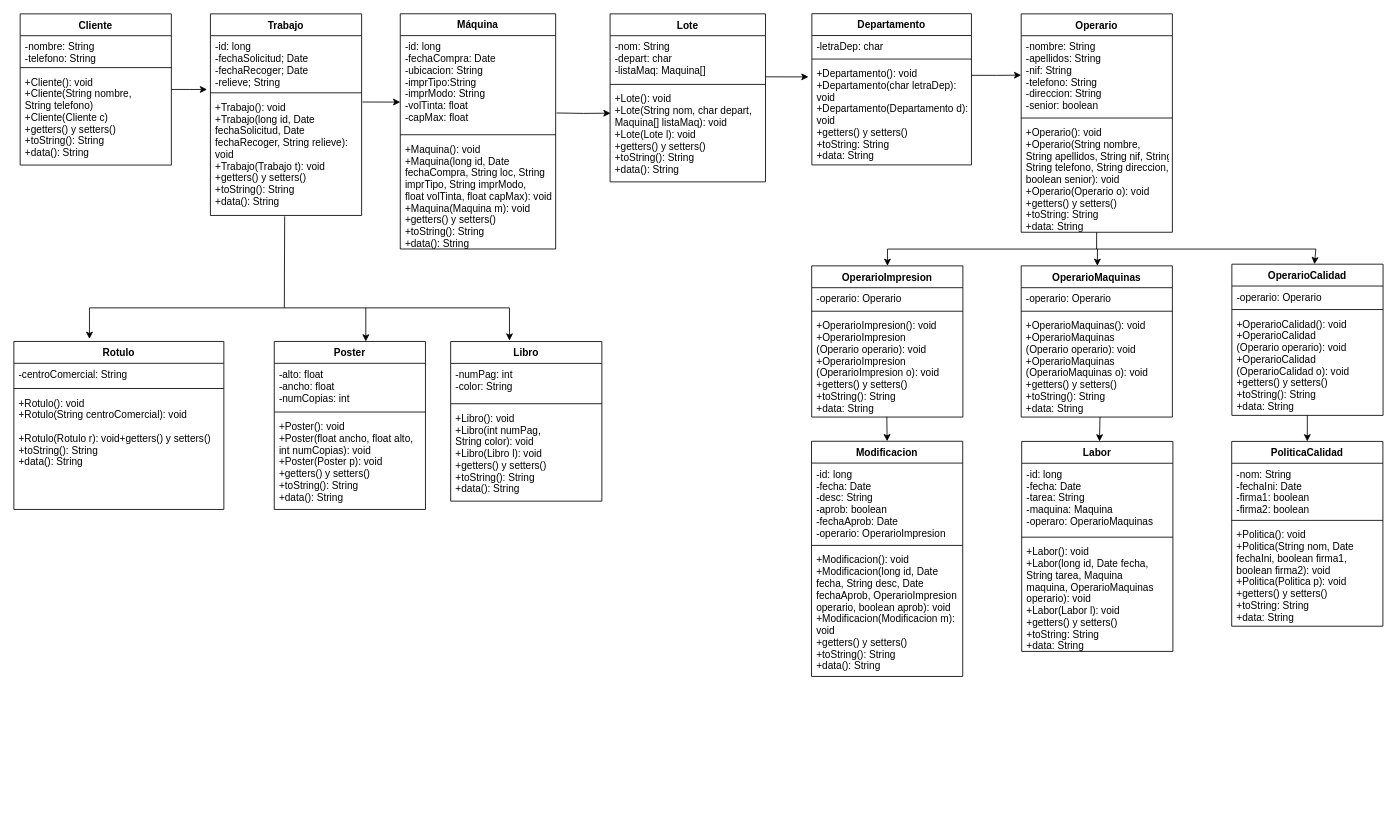
The draw.io diagram Imprenta/src/Clases .drawio in VindioPerez/Imprenta, before the edit. Source tidied: cells renumbered, new cells numbered last; positions are measured from the earlier drawing's top-left corner, leaving out a move shared by most shapes. Both pictures are drawn from the tidied source at 84%, with x=0, y=0 at pixel (13, 13).
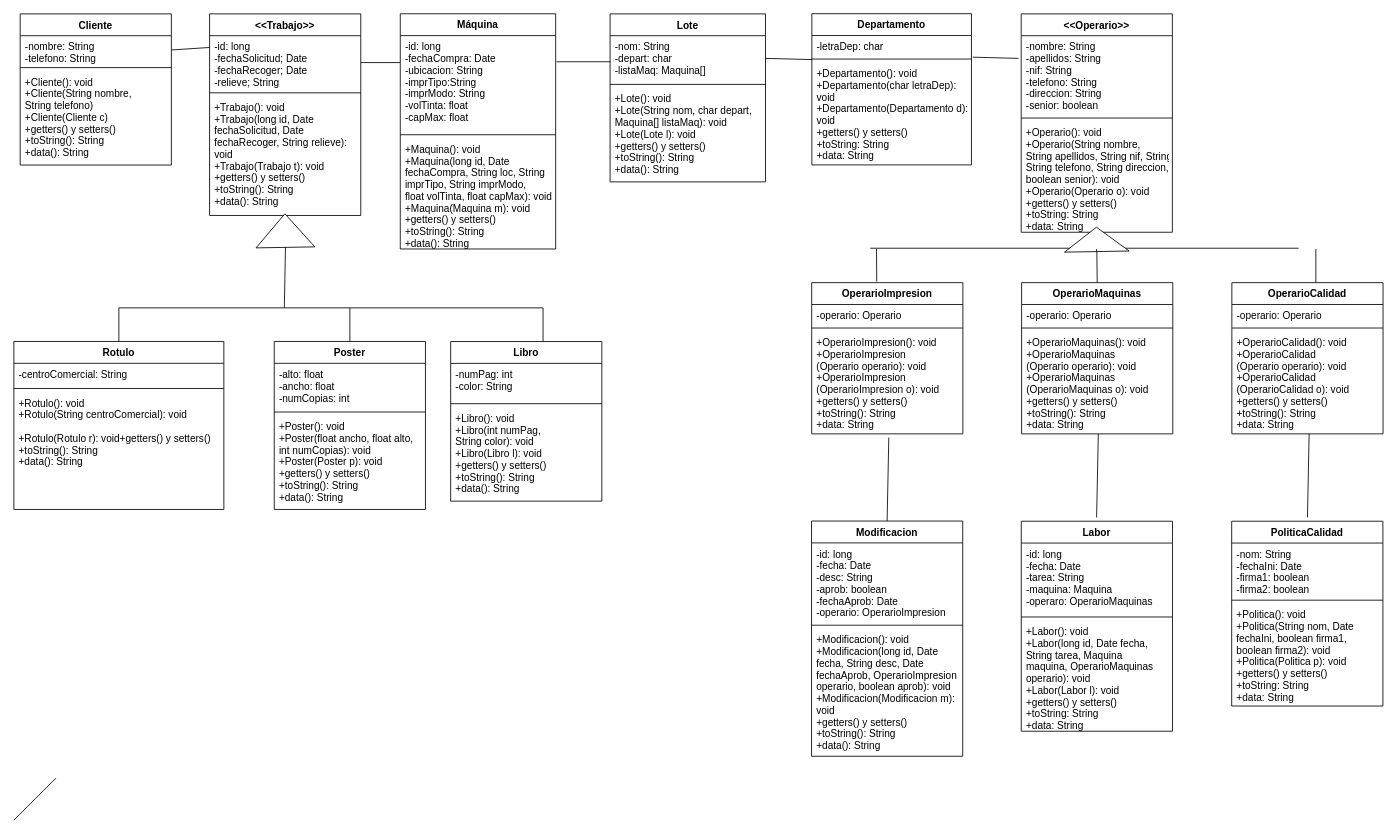
After the change.

The change refers to these unchanged cells:
```xml
<mxCell id="4" value="-id: long&#10;-fechaSolicitud; Date&#10;-fechaRecoger; Date&#10;-relieve; String&#10;" style="text;strokeColor=none;fillColor=none;align=left;verticalAlign=top;spacingLeft=4;spacingRight=4;overflow=hidden;points=[[0,0.5],[1,0.5]];portConstraint=eastwest;" parent="3" vertex="1">
  <mxGeometry y="26" width="180" height="64" as="geometry" />
</mxCell>
<mxCell id="6" value="+Trabajo(): void&#10;+Trabajo(long id, Date &#10;fechaSolicitud, Date &#10;fechaRecoger, String relieve): &#10;void&#10;+Trabajo(Trabajo t): void&#10;+getters() y setters()&#10;+toString(): String&#10;+data(): String" style="text;strokeColor=none;fillColor=none;align=left;verticalAlign=top;spacingLeft=4;spacingRight=4;overflow=hidden;points=[[0,0.5],[1,0.5]];portConstraint=eastwest;" parent="3" vertex="1">
  <mxGeometry y="98" width="180" height="142" as="geometry" />
</mxCell>
<mxCell id="7" value="Rotulo" style="swimlane;fontStyle=1;align=center;verticalAlign=top;horizontal=1;startSize=26;" parent="1" vertex="1">
  <mxGeometry y="390" width="250" height="200" as="geometry" />
</mxCell>
<mxCell id="16" value="Cliente" style="swimlane;fontStyle=1;align=center;verticalAlign=top;horizontal=1;startSize=26;" parent="1" vertex="1">
  <mxGeometry x="7.5" width="180" height="180" as="geometry" />
</mxCell>
<mxCell id="17" value="-nombre: String&#10;-telefono: String" style="text;strokeColor=none;fillColor=none;align=left;verticalAlign=top;spacingLeft=4;spacingRight=4;overflow=hidden;points=[[0,0.5],[1,0.5]];portConstraint=eastwest;" parent="16" vertex="1">
  <mxGeometry y="26" width="180" height="34" as="geometry" />
</mxCell>
<mxCell id="21" value="-id: long&#10;-fechaCompra: Date&#10;-ubicacion: String&#10;-imprTipo:String&#10;-imprModo: String&#10;-volTinta: float&#10;-capMax: float&#10;&#10;&#10;" style="text;strokeColor=none;fillColor=none;align=left;verticalAlign=top;spacingLeft=4;spacingRight=4;overflow=hidden;points=[[0,0.5],[1,0.5]];portConstraint=eastwest;" parent="20" vertex="1">
  <mxGeometry y="26" width="185" height="114" as="geometry" />
</mxCell>
<mxCell id="26" value="-nom: String&#10;-depart: char&#10;-listaMaq: Maquina[]" style="text;strokeColor=none;fillColor=none;align=left;verticalAlign=top;spacingLeft=4;spacingRight=4;overflow=hidden;points=[[0,0.5],[1,0.5]];portConstraint=eastwest;" parent="25" vertex="1">
  <mxGeometry y="26" width="185" height="54" as="geometry" />
</mxCell>
<mxCell id="28" value="+Lote(): void&#10;+Lote(String nom, char depart,&#10;Maquina[] listaMaq): void&#10;+Lote(Lote l): void&#10;+getters() y setters()&#10;+toString(): String&#10;+data(): String" style="text;strokeColor=none;fillColor=none;align=left;verticalAlign=top;spacingLeft=4;spacingRight=4;overflow=hidden;points=[[0,0.5],[1,0.5]];portConstraint=eastwest;" parent="25" vertex="1">
  <mxGeometry y="88" width="185" height="112" as="geometry" />
</mxCell>
<mxCell id="29" value="Libro" style="swimlane;fontStyle=1;align=center;verticalAlign=top;horizontal=1;startSize=26;" parent="1" vertex="1">
  <mxGeometry x="520" y="390.1" width="180" height="190" as="geometry" />
</mxCell>
<mxCell id="34" value="-letraDep: char" style="text;strokeColor=none;fillColor=none;align=left;verticalAlign=top;spacingLeft=4;spacingRight=4;overflow=hidden;points=[[0,0.5],[1,0.5]];portConstraint=eastwest;" parent="33" vertex="1">
  <mxGeometry y="26" width="190" height="24" as="geometry" />
</mxCell>
<mxCell id="36" value="+Departamento(): void&#10;+Departamento(char letraDep):&#10;void&#10;+Departamento(Departamento d):&#10;void&#10;+getters() y setters()&#10;+toString: String&#10;+data: String" style="text;strokeColor=none;fillColor=none;align=left;verticalAlign=top;spacingLeft=4;spacingRight=4;overflow=hidden;points=[[0,0.5],[1,0.5]];portConstraint=eastwest;" parent="33" vertex="1">
  <mxGeometry y="58" width="190" height="122" as="geometry" />
</mxCell>
<mxCell id="38" value="-nombre: String&#10;-apellidos: String&#10;-nif: String&#10;-telefono: String&#10;-direccion: String&#10;-senior: boolean" style="text;strokeColor=none;fillColor=none;align=left;verticalAlign=top;spacingLeft=4;spacingRight=4;overflow=hidden;points=[[0,0.5],[1,0.5]];portConstraint=eastwest;" parent="37" vertex="1">
  <mxGeometry y="26" width="180" height="94" as="geometry" />
</mxCell>
<mxCell id="40" value="+Operario(): void&#10;+Operario(String nombre, &#10;String apellidos, String nif, String&#10;String telefono, String direccion,&#10;boolean senior): void&#10;+Operario(Operario o): void&#10;+getters() y setters()&#10;+toString: String&#10;+data: String" style="text;strokeColor=none;fillColor=none;align=left;verticalAlign=top;spacingLeft=4;spacingRight=4;overflow=hidden;points=[[0,0.5],[1,0.5]];portConstraint=eastwest;" parent="37" vertex="1">
  <mxGeometry y="128" width="180" height="132" as="geometry" />
</mxCell>
<mxCell id="44" value="+OperarioImpresion(): void&#10;+OperarioImpresion&#10;(Operario operario): void&#10;+OperarioImpresion&#10;(OperarioImpresion o): void&#10;+getters() y setters()&#10;+toString(): String&#10;+data: String" style="text;strokeColor=none;fillColor=none;align=left;verticalAlign=top;spacingLeft=4;spacingRight=4;overflow=hidden;points=[[0,0.5],[1,0.5]];portConstraint=eastwest;" parent="41" vertex="1">
  <mxGeometry y="58" width="180" height="122" as="geometry" />
</mxCell>
<mxCell id="52" value="+OperarioCalidad(): void&#10;+OperarioCalidad&#10;(Operario operario): void&#10;+OperarioCalidad&#10;(OperarioCalidad o): void&#10;+getters() y setters()&#10;+toString(): String&#10;+data: String" style="text;strokeColor=none;fillColor=none;align=left;verticalAlign=top;spacingLeft=4;spacingRight=4;overflow=hidden;points=[[0,0.5],[1,0.5]];portConstraint=eastwest;" parent="49" vertex="1">
  <mxGeometry y="58" width="180" height="122" as="geometry" />
</mxCell>
```

The edit, as a diff of the source:
```diff
@@
-    <mxCell id="2" style="edgeStyle=orthogonalEdgeStyle;rounded=0;jettySize=auto;html=1;entryX=0;entryY=0.694;entryDx=0;entryDy=0;entryPerimeter=0;exitX=1.006;exitY=0.049;exitDx=0;exitDy=0;exitPerimeter=0;" parent="1" edge="1" source="6" target="21">
-      <mxGeometry relative="1" as="geometry" />
-    </mxCell>
-    <mxCell id="3" value="Trabajo" style="swimlane;fontStyle=1;align=center;verticalAlign=top;horizontal=1;startSize=26;" parent="1" vertex="1">
-      <mxGeometry x="234" width="180" height="240" as="geometry" />
+    <mxCell id="3" value="&lt;&lt;Trabajo&gt;&gt;" style="swimlane;fontStyle=1;align=center;verticalAlign=top;horizontal=1;startSize=26;" parent="1" vertex="1">
+      <mxGeometry x="233" width="180" height="240" as="geometry" />
     </mxCell>
@@
-    <mxCell id="15" style="edgeStyle=orthogonalEdgeStyle;rounded=0;jettySize=auto;html=1;" parent="1" edge="1" source="16">
-      <mxGeometry relative="1" as="geometry">
-        <mxPoint x="230" y="90" as="targetPoint" />
-      </mxGeometry>
-    </mxCell>
@@
-    <mxCell id="24" style="edgeStyle=orthogonalEdgeStyle;rounded=0;jettySize=auto;html=1;exitX=1.001;exitY=0.907;exitDx=0;exitDy=0;exitPerimeter=0;" parent="1" edge="1" source="26">
-      <mxGeometry relative="1" as="geometry">
-        <mxPoint x="946" y="75" as="targetPoint" />
-      </mxGeometry>
-    </mxCell>
@@
-    <mxCell id="37" value="Operario" style="swimlane;fontStyle=1;align=center;verticalAlign=top;horizontal=1;startSize=26;" parent="1" vertex="1">
+    <mxCell id="37" value="&lt;&lt;Operario&gt;&gt;" style="swimlane;fontStyle=1;align=center;verticalAlign=top;horizontal=1;startSize=26;" parent="1" vertex="1">
       <mxGeometry x="1199.2" width="180" height="260" as="geometry" />
     </mxCell>
@@
     <mxCell id="41" value="OperarioImpresion" style="swimlane;fontStyle=1;align=center;verticalAlign=top;horizontal=1;startSize=26;" parent="1" vertex="1">
-      <mxGeometry x="949.8" y="300" width="180" height="180" as="geometry" />
+      <mxGeometry x="949.8" y="320" width="180" height="180" as="geometry" />
     </mxCell>
@@
     <mxCell id="45" value="OperarioMaquinas" style="swimlane;fontStyle=1;align=center;verticalAlign=top;horizontal=1;startSize=26;" parent="1" vertex="1">
-      <mxGeometry x="1199.2" y="300" width="180" height="180" as="geometry" />
+      <mxGeometry x="1199.7" y="320" width="180" height="180" as="geometry" />
     </mxCell>
@@
     <mxCell id="49" value="OperarioCalidad" style="swimlane;fontStyle=1;align=center;verticalAlign=top;horizontal=1;startSize=26;" parent="1" vertex="1">
-      <mxGeometry x="1450" y="298" width="180" height="180" as="geometry" />
+      <mxGeometry x="1450" y="320" width="180" height="180" as="geometry" />
     </mxCell>
@@
     <mxCell id="53" value="Labor" style="swimlane;fontStyle=1;align=center;verticalAlign=top;horizontal=1;startSize=26;" parent="1" vertex="1">
-      <mxGeometry x="1199.8" y="509" width="180" height="250" as="geometry" />
+      <mxGeometry x="1199.3" y="604" width="180" height="250" as="geometry" />
     </mxCell>
@@
     <mxCell id="57" value="Modificacion" style="swimlane;fontStyle=1;align=center;verticalAlign=top;horizontal=1;startSize=26;" parent="1" vertex="1">
-      <mxGeometry x="949.6" y="508.8" width="180" height="280" as="geometry" />
+      <mxGeometry x="949.6" y="603.8" width="180" height="280" as="geometry" />
     </mxCell>
@@
     <mxCell id="61" value="PoliticaCalidad" style="swimlane;fontStyle=1;align=center;verticalAlign=top;horizontal=1;startSize=26;" parent="1" vertex="1">
-      <mxGeometry x="1449.8" y="509" width="180" height="220" as="geometry" />
+      <mxGeometry x="1449.8" y="604" width="180" height="220" as="geometry" />
     </mxCell>
@@
-    <mxCell id="65" style="endArrow=none;html=1;entryX=0.491;entryY=1.007;entryDx=0;entryDy=0;entryPerimeter=0;" parent="1" edge="1" target="6">
-      <mxGeometry relative="1" as="geometry">
-        <mxPoint x="322" y="350" as="sourcePoint" />
-      </mxGeometry>
+    <mxCell id="65" style="endArrow=none;html=1;entryX=0.491;entryY=1.007;entryDx=0;entryDy=0;entryPerimeter=0;" parent="1" edge="1" source="83" target="6">
+      <mxGeometry relative="1" as="geometry" />
     </mxCell>
     <mxCell id="66" style="endArrow=none;html=1;" parent="1" edge="1">
       <mxGeometry relative="1" as="geometry">
-        <mxPoint x="590" y="350" as="sourcePoint" />
-        <mxPoint x="90" y="350" as="targetPoint" />
+        <mxPoint x="630" y="350" as="sourcePoint" />
+        <mxPoint x="125" y="350" as="targetPoint" />
       </mxGeometry>
     </mxCell>
-    <mxCell id="67" style="endArrow=classic;html=1;" parent="1" edge="1">
-      <mxGeometry relative="1" as="geometry">
-        <mxPoint x="90" y="350" as="sourcePoint" />
-        <mxPoint x="90" y="387" as="targetPoint" />
-      </mxGeometry>
-    </mxCell>
-    <mxCell id="68" style="endArrow=classic;html=1;" parent="1" edge="1">
-      <mxGeometry relative="1" as="geometry">
-        <mxPoint x="419" y="350" as="sourcePoint" />
-        <mxPoint x="419" y="390" as="targetPoint" />
-      </mxGeometry>
-    </mxCell>
-    <mxCell id="69" style="endArrow=classic;html=1;entryX=0.389;entryY=-0.006;entryDx=0;entryDy=0;entryPerimeter=0;" parent="1" edge="1" target="29">
-      <mxGeometry relative="1" as="geometry">
-        <mxPoint x="590" y="350" as="sourcePoint" />
-      </mxGeometry>
-    </mxCell>
-    <mxCell id="70" style="edgeStyle=orthogonalEdgeStyle;rounded=0;jettySize=auto;html=1;entryX=0.003;entryY=0.27;entryDx=0;entryDy=0;entryPerimeter=0;" parent="1" edge="1" target="28">
-      <mxGeometry relative="1" as="geometry">
-        <mxPoint x="646" y="118" as="sourcePoint" />
-      </mxGeometry>
-    </mxCell>
-    <mxCell id="71" style="edgeStyle=orthogonalEdgeStyle;rounded=0;jettySize=auto;html=1;exitX=1;exitY=0.126;exitDx=0;exitDy=0;exitPerimeter=0;" parent="1" edge="1" source="36" target="38">
-      <mxGeometry relative="1" as="geometry" />
-    </mxCell>
     <mxCell id="72" style="endArrow=none;html=1;" parent="1" edge="1">
       <mxGeometry relative="1" as="geometry">
-        <mxPoint x="1040" y="280" as="sourcePoint" />
-        <mxPoint x="1550" y="280" as="targetPoint" />
+        <mxPoint x="1019.5" y="279" as="sourcePoint" />
+        <mxPoint x="1529.5" y="279" as="targetPoint" />
       </mxGeometry>
     </mxCell>
-    <mxCell id="73" style="endArrow=none;html=1;" parent="1" edge="1" target="40">
-      <mxGeometry relative="1" as="geometry">
-        <mxPoint x="1289" y="280" as="sourcePoint" />
-      </mxGeometry>
+    <mxCell id="73" style="endArrow=none;html=1;" parent="1" edge="1" source="88" target="40">
+      <mxGeometry relative="1" as="geometry" />
     </mxCell>
-    <mxCell id="74" style="endArrow=classic;html=1;" parent="1" edge="1">
-      <mxGeometry relative="1" as="geometry">
-        <mxPoint x="1040" y="280" as="sourcePoint" />
-        <mxPoint x="1040" y="300" as="targetPoint" />
-      </mxGeometry>
-    </mxCell>
-    <mxCell id="75" style="endArrow=classic;html=1;" parent="1" edge="1" target="45">
-      <mxGeometry relative="1" as="geometry">
-        <mxPoint x="1290" y="280" as="sourcePoint" />
-      </mxGeometry>
-    </mxCell>
-    <mxCell id="76" style="endArrow=classic;html=1;" parent="1" edge="1" target="49">
-      <mxGeometry relative="1" as="geometry">
-        <mxPoint x="1550" y="280" as="sourcePoint" />
-      </mxGeometry>
-    </mxCell>
-    <mxCell id="77" style="endArrow=classic;html=1;exitX=0.497;exitY=0.997;exitDx=0;exitDy=0;exitPerimeter=0;entryX=0.5;entryY=0;entryDx=0;entryDy=0;" parent="1" edge="1" source="44" target="57">
-      <mxGeometry relative="1" as="geometry" />
-    </mxCell>
-    <mxCell id="78" style="endArrow=classic;html=1;" parent="1" edge="1" target="53">
-      <mxGeometry relative="1" as="geometry">
-        <mxPoint x="1293" y="480" as="sourcePoint" />
-      </mxGeometry>
-    </mxCell>
-    <mxCell id="79" style="endArrow=classic;html=1;entryX=0.5;entryY=0;entryDx=0;entryDy=0;" parent="1" edge="1" source="52" target="61">
-      <mxGeometry relative="1" as="geometry" />
-    </mxCell>
+    <mxCell id="80" style="endArrow=none;html=1;" parent="1" edge="1" source="7">
+      <mxGeometry relative="1" as="geometry">
+        <mxPoint x="125" y="350" as="targetPoint" />
+      </mxGeometry>
+    </mxCell>
+    <mxCell id="81" style="endArrow=none;html=1;" parent="1" edge="1">
+      <mxGeometry relative="1" as="geometry">
+        <mxPoint x="400" y="390" as="sourcePoint" />
+        <mxPoint x="400" y="350" as="targetPoint" />
+      </mxGeometry>
+    </mxCell>
+    <mxCell id="82" style="endArrow=none;html=1;" parent="1" edge="1">
+      <mxGeometry relative="1" as="geometry">
+        <mxPoint x="630" y="390" as="sourcePoint" />
+        <mxPoint x="630" y="350" as="targetPoint" />
+      </mxGeometry>
+    </mxCell>
+    <mxCell id="83" style="triangle;whiteSpace=wrap;html=1;rotation=-91;" parent="1" vertex="1">
+      <mxGeometry x="303" y="223" width="40" height="70" as="geometry" />
+    </mxCell>
+    <mxCell id="84" style="endArrow=none;html=1;entryX=0;entryY=0.5;entryDx=0;entryDy=0;" parent="1" edge="1" target="83">
+      <mxGeometry relative="1" as="geometry">
+        <mxPoint x="322" y="350" as="sourcePoint" />
+      </mxGeometry>
+    </mxCell>
+    <mxCell id="85" style="endArrow=none;html=1;exitX=0.43;exitY=-0.007;exitDx=0;exitDy=0;exitPerimeter=0;" parent="1" edge="1" source="41">
+      <mxGeometry relative="1" as="geometry">
+        <mxPoint x="1027" y="280" as="targetPoint" />
+      </mxGeometry>
+    </mxCell>
+    <mxCell id="86" style="endArrow=none;html=1;exitX=0.5;exitY=0;exitDx=0;exitDy=0;entryX=0;entryY=0.5;entryDx=0;entryDy=0;" parent="1" edge="1" source="45" target="88">
+      <mxGeometry relative="1" as="geometry" />
+    </mxCell>
+    <mxCell id="87" style="endArrow=none;html=1;" parent="1" edge="1">
+      <mxGeometry relative="1" as="geometry">
+        <mxPoint x="1550" y="320" as="sourcePoint" />
+        <mxPoint x="1550" y="280" as="targetPoint" />
+      </mxGeometry>
+    </mxCell>
+    <mxCell id="88" style="triangle;whiteSpace=wrap;html=1;rotation=-91;" parent="1" vertex="1">
+      <mxGeometry x="1274.5" y="230" width="29" height="77" as="geometry" />
+    </mxCell>
+    <mxCell id="89" style="endArrow=none;html=1;" parent="1" edge="1" target="88">
+      <mxGeometry relative="1" as="geometry">
+        <mxPoint x="1289" y="280" as="sourcePoint" />
+      </mxGeometry>
+    </mxCell>
+    <mxCell id="90" style="endArrow=none;html=1;entryX=0.51;entryY=1.036;entryDx=0;entryDy=0;entryPerimeter=0;exitX=0.5;exitY=0;exitDx=0;exitDy=0;" parent="1" edge="1" source="57" target="44">
+      <mxGeometry relative="1" as="geometry" />
+    </mxCell>
+    <mxCell id="91" style="endArrow=none;html=1;entryX=0.51;entryY=1.036;entryDx=0;entryDy=0;entryPerimeter=0;exitX=0.5;exitY=0;exitDx=0;exitDy=0;" parent="1" edge="1">
+      <mxGeometry relative="1" as="geometry">
+        <mxPoint x="1289" y="599.5" as="sourcePoint" />
+        <mxPoint x="1291" y="500.1" as="targetPoint" />
+      </mxGeometry>
+    </mxCell>
+    <mxCell id="92" style="endArrow=none;html=1;entryX=0.51;entryY=1.036;entryDx=0;entryDy=0;entryPerimeter=0;exitX=0.5;exitY=0;exitDx=0;exitDy=0;" parent="1" edge="1">
+      <mxGeometry relative="1" as="geometry">
+        <mxPoint x="1540" y="599.5" as="sourcePoint" />
+        <mxPoint x="1542" y="500.1" as="targetPoint" />
+      </mxGeometry>
+    </mxCell>
+    <mxCell id="93" style="endArrow=none;html=1;exitX=1;exitY=0.5;exitDx=0;exitDy=0;" parent="1" edge="1" source="17">
+      <mxGeometry relative="1" as="geometry">
+        <mxPoint x="233" y="40" as="targetPoint" />
+      </mxGeometry>
+    </mxCell>
+    <mxCell id="94" style="endArrow=none;html=1;" parent="1" edge="1">
+      <mxGeometry relative="1" as="geometry">
+        <mxPoint y="960" as="sourcePoint" />
+        <mxPoint x="50" y="910" as="targetPoint" />
+      </mxGeometry>
+    </mxCell>
+    <mxCell id="95" style="endArrow=none;html=1;" parent="1" edge="1" source="4">
+      <mxGeometry relative="1" as="geometry">
+        <mxPoint x="460" y="58" as="targetPoint" />
+      </mxGeometry>
+    </mxCell>
+    <mxCell id="96" style="endArrow=none;html=1;" parent="1" edge="1">
+      <mxGeometry relative="1" as="geometry">
+        <mxPoint x="646" y="57" as="sourcePoint" />
+        <mxPoint x="710" y="57" as="targetPoint" />
+      </mxGeometry>
+    </mxCell>
+    <mxCell id="97" style="endArrow=none;html=1;exitX=1;exitY=0.5;exitDx=0;exitDy=0;entryX=0.001;entryY=1.193;entryDx=0;entryDy=0;entryPerimeter=0;" parent="1" edge="1" source="26" target="34">
+      <mxGeometry relative="1" as="geometry" />
+    </mxCell>
+    <mxCell id="98" style="endArrow=none;html=1;exitX=1.008;exitY=1.074;exitDx=0;exitDy=0;exitPerimeter=0;" parent="1" edge="1" source="34">
+      <mxGeometry relative="1" as="geometry">
+        <mxPoint x="1196" y="53" as="targetPoint" />
+      </mxGeometry>
+    </mxCell>
```
